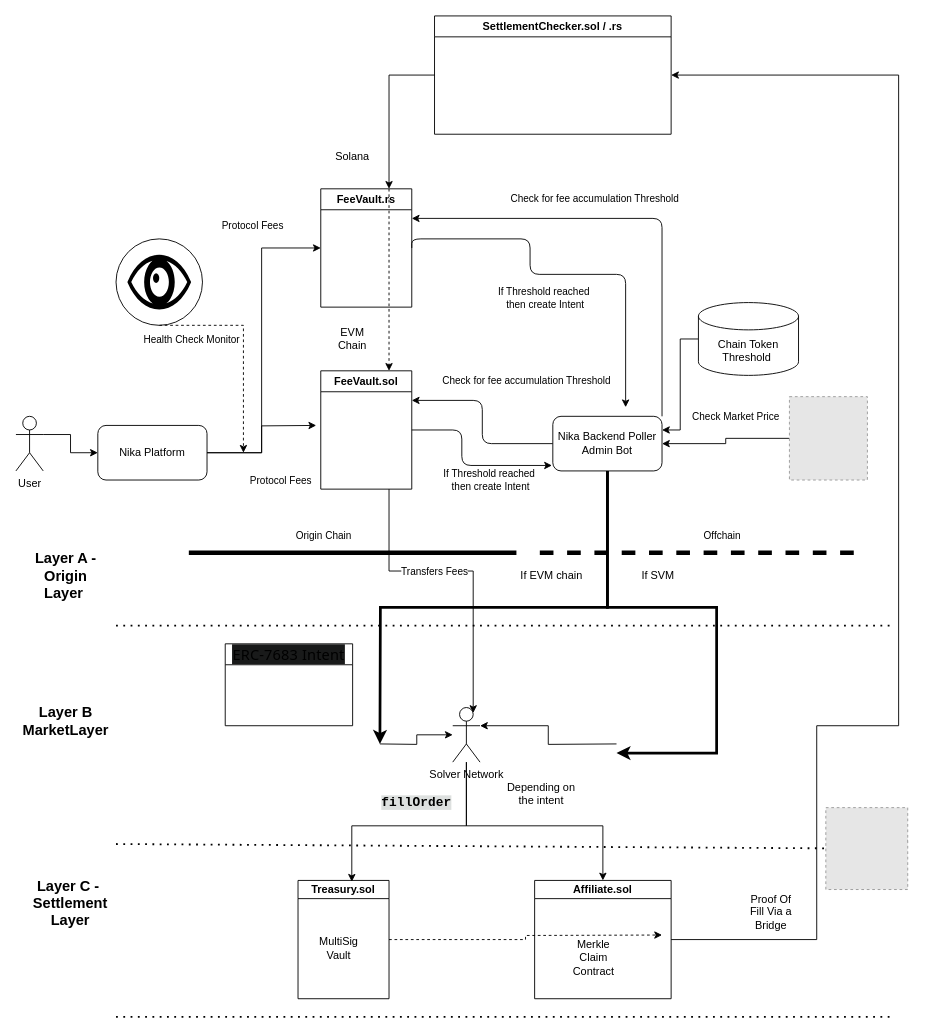
The draw.io diagram page "v2" (3 of 3) of Nika Finance SD.drawio in ChanX21/Diagrams, before the edit. Source tidied: cells renumbered, new cells numbered last; positions are measured from the earlier drawing's top-left corner, leaving out a move shared by most shapes. Both pictures are drawn from the tidied source at 91%, with x=0, y=0 at pixel (15, 15). Pictures stored in the file or linked from it are replaced by grey dashed boxes.
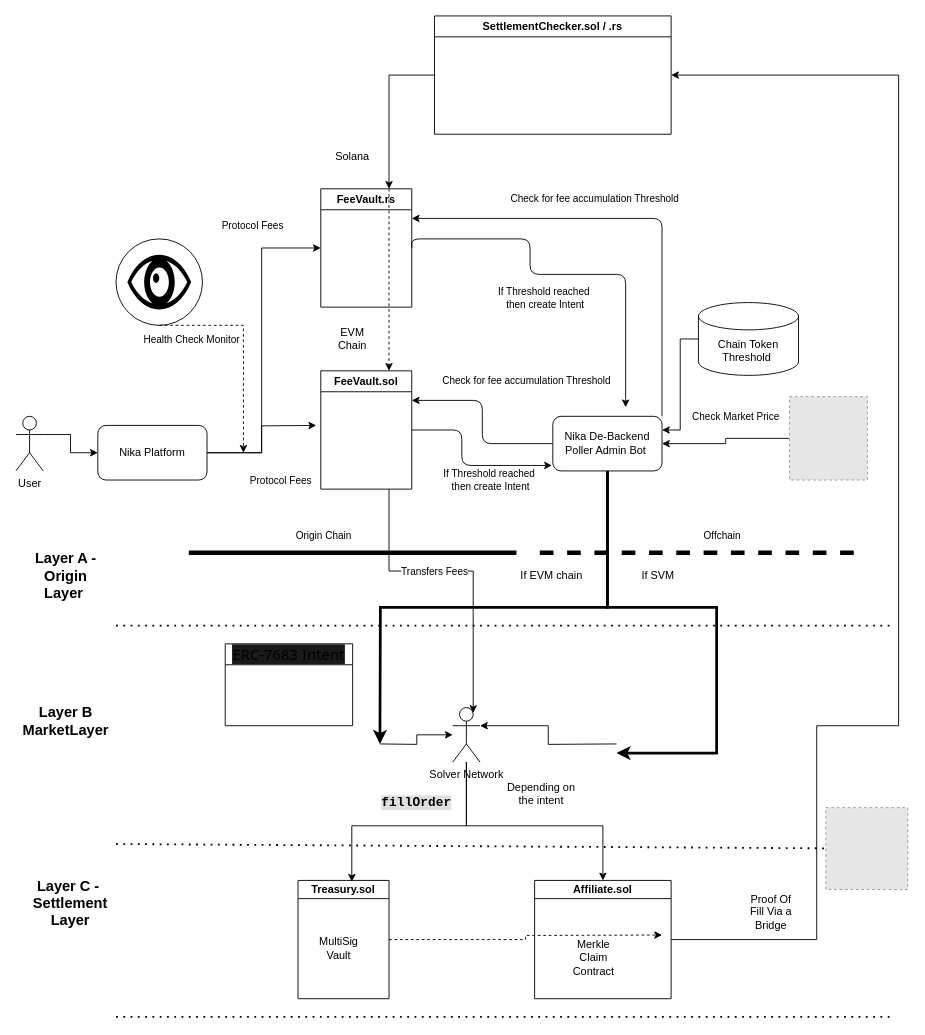
The same page after the edit.

Change to the diagram source:
```diff
@@
-    <mxCell id="18" value="Nika Backend Poller Admin Bot" style="rounded=1;whiteSpace=wrap;html=1;" parent="1" vertex="1">
+    <mxCell id="18" value="Nika De-Backend Poller Admin Bot&amp;nbsp;" style="rounded=1;whiteSpace=wrap;html=1;" parent="1" vertex="1">
       <mxGeometry x="590" y="440" width="120" height="60" as="geometry" />
     </mxCell>
```
